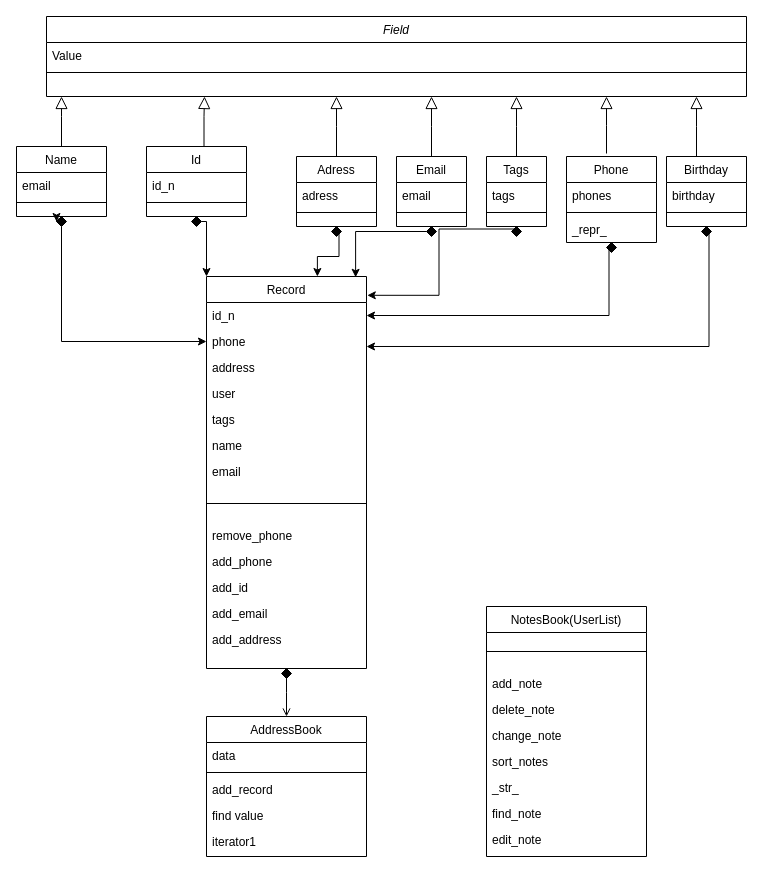
anna-khodyka/Helper-project keeps this draw.io diagram as page "Initial" (1 of 2) of Classes Diagram.drawio. Above is the earlier version. Source tidied: cells renumbered, new cells numbered last; positions are measured from the earlier drawing's top-left corner, leaving out a move shared by most shapes. Both pictures are drawn from the tidied source at 100%, with x=0, y=0 at pixel (16, 16).
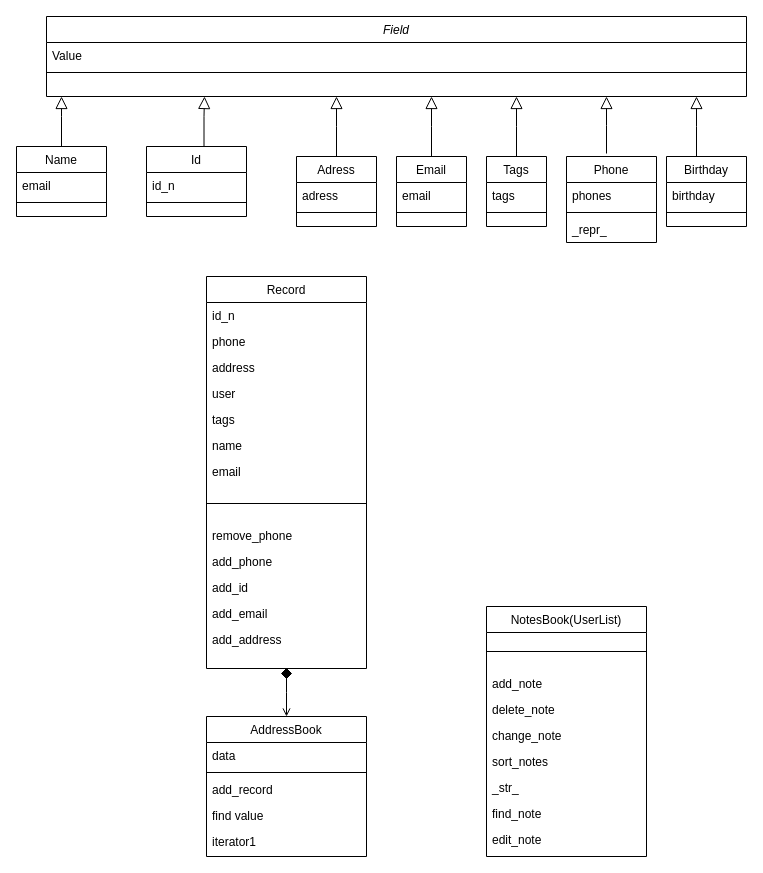
The same page after the edit.

Commit message:
Initial Classes diagram update

Unchanged cells that the change refers to:
```xml
<mxCell id="5" value="Record" style="swimlane;fontStyle=0;align=center;verticalAlign=top;horizontal=1;startSize=26;rounded=0;shadow=0;strokeWidth=1;" parent="1" vertex="1">
  <mxGeometry x="190" y="260" width="160" height="392" as="geometry" />
</mxCell>
<mxCell id="6" value="id_n" style="text;align=left;verticalAlign=top;spacingLeft=4;spacingRight=4;overflow=hidden;points=[[0,0.5],[1,0.5]];portConstraint=eastwest;" parent="5" vertex="1">
  <mxGeometry y="26" width="160" height="26" as="geometry" />
</mxCell>
<mxCell id="7" value="phone" style="text;align=left;verticalAlign=top;spacingLeft=4;spacingRight=4;overflow=hidden;points=[[0,0.5],[1,0.5]];portConstraint=eastwest;rounded=0;shadow=0;html=0;" parent="5" vertex="1">
  <mxGeometry y="52" width="160" height="26" as="geometry" />
</mxCell>
<mxCell id="42" value="Name" style="swimlane;fontStyle=0;align=center;verticalAlign=top;horizontal=1;startSize=26;rounded=0;shadow=0;strokeWidth=1;" parent="1" vertex="1">
  <mxGeometry y="130" width="90" height="70" as="geometry" />
</mxCell>
```

The edit, as a diff of the source:
```diff
@@
-    <mxCell id="64" style="group;" parent="1" vertex="1">
-      <mxGeometry x="40" y="200" width="10" height="10" as="geometry" />
-    </mxCell>
-    <mxCell id="65" style="rhombus;whiteSpace=wrap;html=1;fillColor=#000000;" parent="64" vertex="1">
-      <mxGeometry width="10" height="10" as="geometry" />
-    </mxCell>
-    <mxCell id="66" style="edgeStyle=orthogonalEdgeStyle;rounded=0;orthogonalLoop=1;jettySize=auto;html=1;exitX=0;exitY=0;exitDx=0;exitDy=0;entryX=0;entryY=0.5;entryDx=0;entryDy=0;" parent="64" edge="1" source="65" target="65">
-      <mxGeometry relative="1" as="geometry" />
-    </mxCell>
-    <mxCell id="67" style="edgeStyle=orthogonalEdgeStyle;rounded=0;jettySize=auto;html=1;exitX=0.5;exitY=1;exitDx=0;exitDy=0;entryX=0;entryY=0.5;entryDx=0;entryDy=0;endArrow=none;" parent="1" edge="1" source="42" target="65">
-      <mxGeometry relative="1" as="geometry" />
-    </mxCell>
-    <mxCell id="68" style="edgeStyle=orthogonalEdgeStyle;rounded=0;jettySize=auto;html=1;exitX=0.5;exitY=1;exitDx=0;exitDy=0;entryX=0;entryY=0.5;entryDx=0;entryDy=0;startArrow=none;" parent="1" edge="1" source="65" target="7">
-      <mxGeometry relative="1" as="geometry" />
-    </mxCell>
-    <mxCell id="69" style="edgeStyle=orthogonalEdgeStyle;rounded=0;jettySize=auto;html=1;entryX=0;entryY=0;entryDx=0;entryDy=0;" parent="1" edge="1" source="70" target="5">
-      <mxGeometry relative="1" as="geometry">
-        <Array as="points">
-          <mxPoint x="190" y="205" />
-        </Array>
-      </mxGeometry>
-    </mxCell>
-    <mxCell id="70" style="rhombus;whiteSpace=wrap;html=1;fillColor=#000000;" parent="1" vertex="1">
-      <mxGeometry x="175" y="200" width="10" height="10" as="geometry" />
-    </mxCell>
-    <mxCell id="71" style="edgeStyle=orthogonalEdgeStyle;rounded=0;jettySize=auto;html=1;exitX=1;exitY=1;exitDx=0;exitDy=0;entryX=0.693;entryY=0;entryDx=0;entryDy=0;entryPerimeter=0;" parent="1" edge="1" source="72" target="5">
-      <mxGeometry relative="1" as="geometry" />
-    </mxCell>
-    <mxCell id="72" style="rhombus;whiteSpace=wrap;html=1;fillColor=#000000;" parent="1" vertex="1">
-      <mxGeometry x="315" y="210" width="10" height="10" as="geometry" />
-    </mxCell>
-    <mxCell id="73" style="edgeStyle=orthogonalEdgeStyle;rounded=0;jettySize=auto;html=1;entryX=0.932;entryY=0.002;entryDx=0;entryDy=0;entryPerimeter=0;" parent="1" edge="1" source="74" target="5">
-      <mxGeometry relative="1" as="geometry" />
-    </mxCell>
-    <mxCell id="74" style="rhombus;whiteSpace=wrap;html=1;fillColor=#000000;" parent="1" vertex="1">
-      <mxGeometry x="410" y="210" width="10" height="10" as="geometry" />
-    </mxCell>
-    <mxCell id="75" style="edgeStyle=orthogonalEdgeStyle;rounded=0;jettySize=auto;html=1;exitX=0;exitY=0;exitDx=0;exitDy=0;entryX=1.005;entryY=0.048;entryDx=0;entryDy=0;entryPerimeter=0;" parent="1" edge="1" source="76" target="5">
-      <mxGeometry relative="1" as="geometry" />
-    </mxCell>
-    <mxCell id="76" style="rhombus;whiteSpace=wrap;html=1;fillColor=#000000;" parent="1" vertex="1">
-      <mxGeometry x="495" y="210" width="10" height="10" as="geometry" />
-    </mxCell>
-    <mxCell id="77" style="edgeStyle=orthogonalEdgeStyle;rounded=0;jettySize=auto;html=1;exitX=0;exitY=0;exitDx=0;exitDy=0;entryX=1;entryY=0.5;entryDx=0;entryDy=0;" parent="1" edge="1" source="78" target="6">
-      <mxGeometry relative="1" as="geometry" />
-    </mxCell>
-    <mxCell id="78" style="rhombus;whiteSpace=wrap;html=1;fillColor=#000000;" parent="1" vertex="1">
-      <mxGeometry x="590" y="226" width="10" height="10" as="geometry" />
-    </mxCell>
-    <mxCell id="79" style="edgeStyle=orthogonalEdgeStyle;rounded=0;jettySize=auto;html=1;exitX=1;exitY=0;exitDx=0;exitDy=0;entryX=1;entryY=0.692;entryDx=0;entryDy=0;entryPerimeter=0;" parent="1" edge="1" source="80" target="7">
-      <mxGeometry relative="1" as="geometry" />
-    </mxCell>
-    <mxCell id="80" style="rhombus;whiteSpace=wrap;html=1;fillColor=#000000;" parent="1" vertex="1">
-      <mxGeometry x="685" y="210" width="10" height="10" as="geometry" />
-    </mxCell>
```
